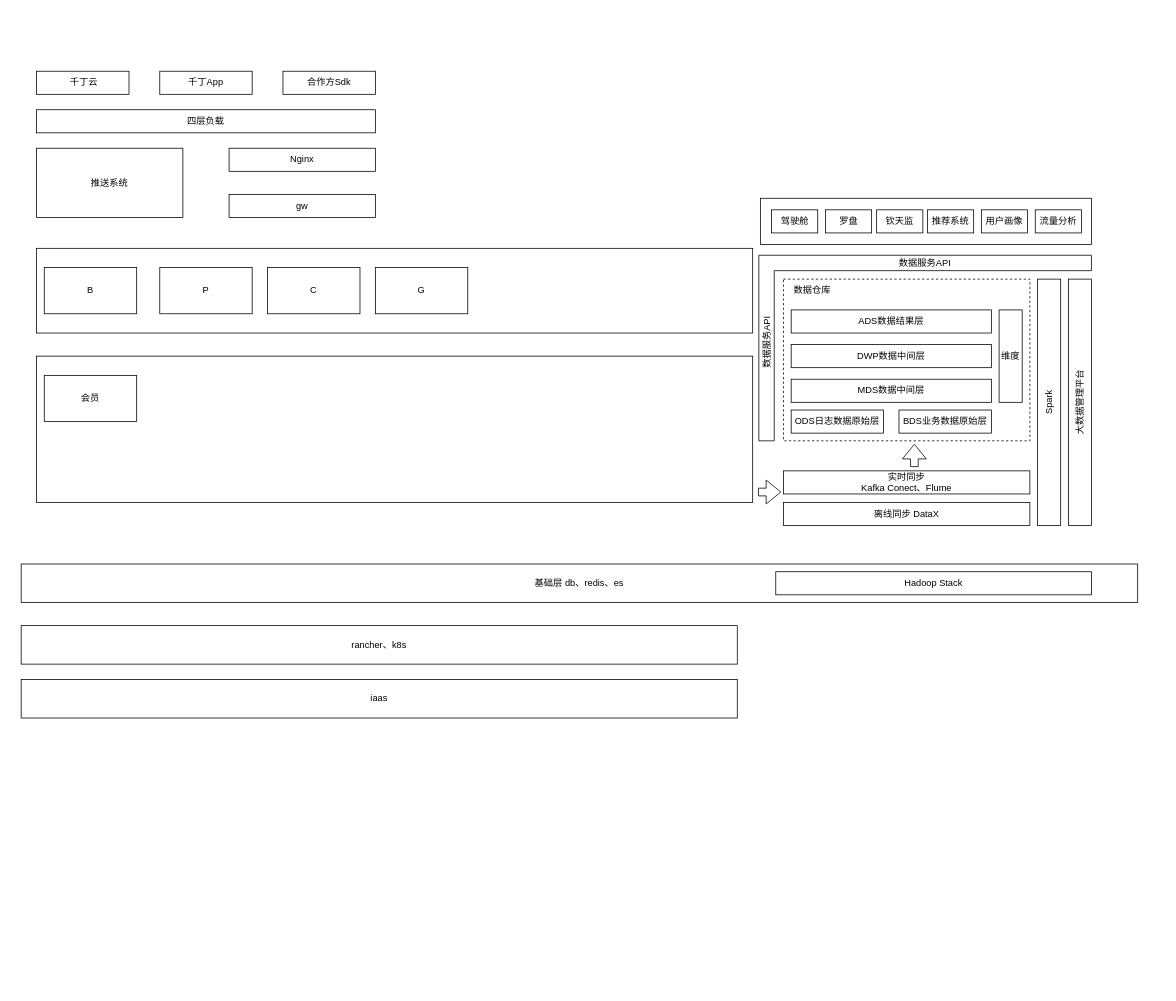
Earlier version of the draw.io diagram Untitled Diagram.drawio (polaris16/drawio). Source tidied: cells renumbered, new cells numbered last; positions are measured from the earlier drawing's top-left corner, leaving out a move shared by most shapes. Both pictures are drawn from the tidied source at 77%, with x=0, y=0 at pixel (21, 71).
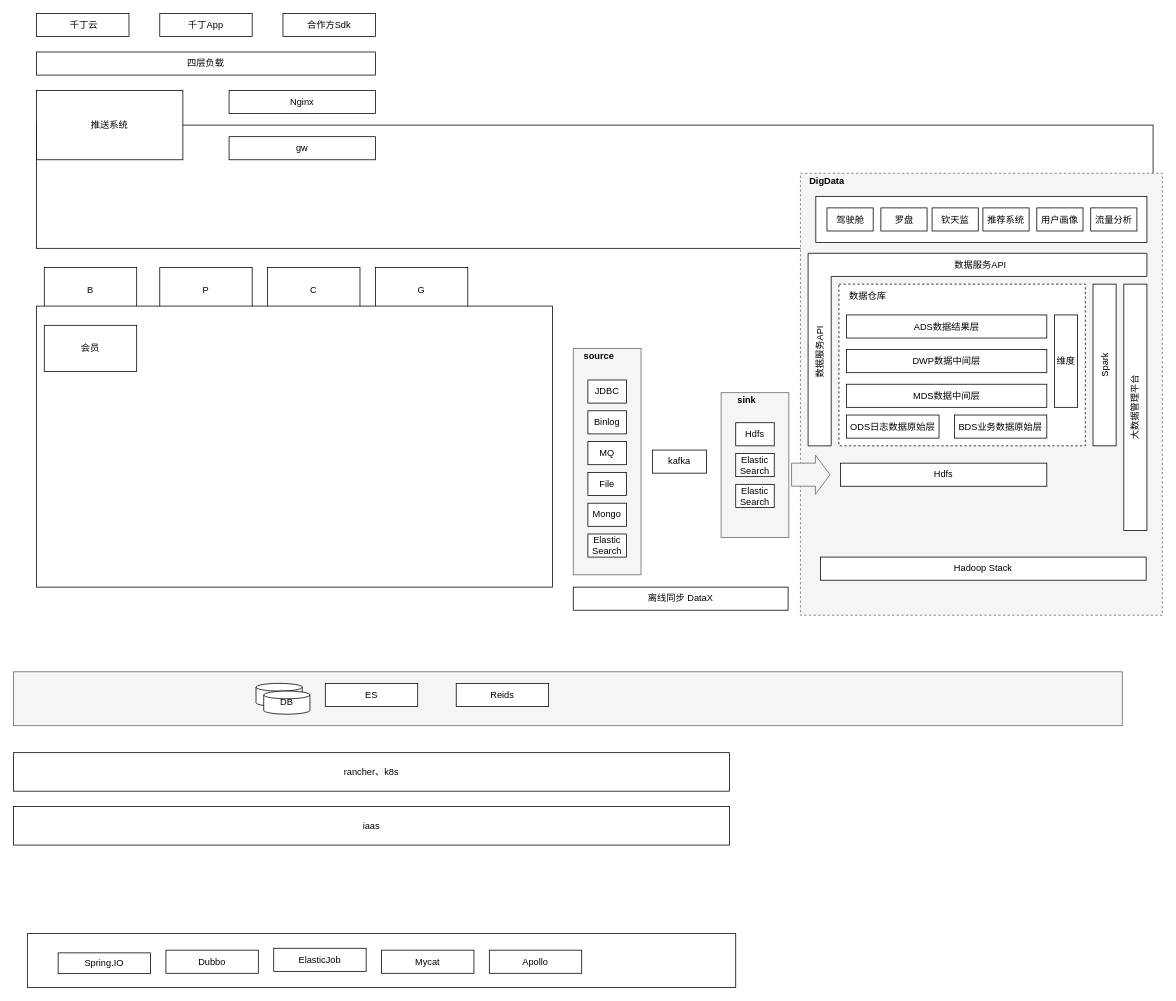
After the change.

Change to the diagram source:
```diff
@@
+    <mxCell id="44" style="rounded=0;whiteSpace=wrap;html=1;fillColor=#f5f5f5;strokeColor=#666666;fontColor=#333333;" parent="1" vertex="1">
+      <mxGeometry x="717" y="360" width="88" height="294" as="geometry" />
+    </mxCell>
+    <mxCell id="18" style="rounded=0;whiteSpace=wrap;html=1;fillColor=#f5f5f5;strokeColor=#666666;fontColor=#333333;" parent="1" vertex="1">
+      <mxGeometry x="-10" y="780" width="1440" height="70" as="geometry" />
+    </mxCell>
+    <mxCell id="9" style="rounded=0;whiteSpace=wrap;html=1;" parent="1" vertex="1">
+      <mxGeometry x="20" y="70" width="1450" height="160" as="geometry" />
+    </mxCell>
+    <mxCell id="45" style="rounded=0;whiteSpace=wrap;html=1;dashed=1;fillColor=#f5f5f5;strokeColor=#666666;fontColor=#333333;" parent="1" vertex="1">
+      <mxGeometry x="1012" y="132.5" width="470" height="574" as="geometry" />
+    </mxCell>
     <mxCell id="2" style="rounded=0;whiteSpace=wrap;html=1;dashed=1;" parent="1" vertex="1">
-      <mxGeometry x="990" y="270" width="320" height="210" as="geometry" />
+      <mxGeometry x="1062" y="276.5" width="320" height="210" as="geometry" />
     </mxCell>
     <mxCell id="3" value="&amp;nbsp;千丁云" style="rounded=0;whiteSpace=wrap;html=1;" parent="1" vertex="1">
-      <mxGeometry x="20" width="120" height="30" as="geometry" />
+      <mxGeometry x="20" y="-75" width="120" height="30" as="geometry" />
     </mxCell>
     <mxCell id="4" value="千丁App" style="rounded=0;whiteSpace=wrap;html=1;" parent="1" vertex="1">
-      <mxGeometry x="180" width="120" height="30" as="geometry" />
+      <mxGeometry x="180" y="-75" width="120" height="30" as="geometry" />
     </mxCell>
     <mxCell id="5" value="&lt;span style=&quot;font-weight: normal&quot;&gt;合作方Sdk&lt;/span&gt;" style="rounded=0;whiteSpace=wrap;html=1;fontStyle=1;" parent="1" vertex="1">
-      <mxGeometry x="340" width="120" height="30" as="geometry" />
+      <mxGeometry x="340" y="-75" width="120" height="30" as="geometry" />
     </mxCell>
     <mxCell id="6" value="四层负载" style="rounded=0;whiteSpace=wrap;html=1;" parent="1" vertex="1">
-      <mxGeometry x="20" y="50" width="440" height="30" as="geometry" />
+      <mxGeometry x="20" y="-25" width="440" height="30" as="geometry" />
     </mxCell>
     <mxCell id="7" value="Nginx" style="rounded=0;whiteSpace=wrap;html=1;" parent="1" vertex="1">
-      <mxGeometry x="270" y="100" width="190" height="30" as="geometry" />
+      <mxGeometry x="270" y="25" width="190" height="30" as="geometry" />
     </mxCell>
     <mxCell id="8" value="推送系统" style="rounded=0;whiteSpace=wrap;html=1;" parent="1" vertex="1">
-      <mxGeometry x="20" y="100" width="190" height="90" as="geometry" />
+      <mxGeometry x="20" y="25" width="190" height="90" as="geometry" />
     </mxCell>
-    <mxCell id="9" style="rounded=0;whiteSpace=wrap;html=1;" parent="1" vertex="1">
-      <mxGeometry x="20" y="230" width="930" height="110" as="geometry" />
-    </mxCell>
@@
     <mxCell id="14" style="rounded=0;whiteSpace=wrap;html=1;" parent="1" vertex="1">
-      <mxGeometry x="960" y="165" width="430" height="60" as="geometry" />
+      <mxGeometry x="1032" y="162.5" width="430" height="60" as="geometry" />
     </mxCell>
     <mxCell id="15" style="rounded=0;whiteSpace=wrap;html=1;" parent="1" vertex="1">
-      <mxGeometry x="20" y="370" width="930" height="190" as="geometry" />
+      <mxGeometry x="20" y="305" width="670" height="365" as="geometry" />
     </mxCell>
     <mxCell id="16" value="会员" style="rounded=0;whiteSpace=wrap;html=1;" parent="1" vertex="1">
-      <mxGeometry x="30" y="395" width="120" height="60" as="geometry" />
+      <mxGeometry x="30" y="330" width="120" height="60" as="geometry" />
     </mxCell>
     <mxCell id="17" value="gw" style="rounded=0;whiteSpace=wrap;html=1;" parent="1" vertex="1">
-      <mxGeometry x="270" y="160" width="190" height="30" as="geometry" />
+      <mxGeometry x="270" y="85" width="190" height="30" as="geometry" />
     </mxCell>
-    <mxCell id="18" value="基础层 db、redis、es" style="rounded=0;whiteSpace=wrap;html=1;" parent="1" vertex="1">
-      <mxGeometry y="640" width="1450" height="50" as="geometry" />
-    </mxCell>
     <mxCell id="19" value="rancher、k8s" style="rounded=0;whiteSpace=wrap;html=1;" parent="1" vertex="1">
-      <mxGeometry y="720" width="930" height="50" as="geometry" />
+      <mxGeometry x="-10" y="885" width="930" height="50" as="geometry" />
     </mxCell>
     <mxCell id="20" value="iaas" style="rounded=0;whiteSpace=wrap;html=1;" parent="1" vertex="1">
-      <mxGeometry y="790" width="930" height="50" as="geometry" />
+      <mxGeometry x="-10" y="955" width="930" height="50" as="geometry" />
     </mxCell>
     <mxCell id="21" value="离线同步 DataX" style="rounded=0;whiteSpace=wrap;html=1;flipH=1;" parent="1" vertex="1">
-      <mxGeometry x="990" y="560" width="320" height="30" as="geometry" />
+      <mxGeometry x="717" y="670" width="279" height="30" as="geometry" />
     </mxCell>
-    <mxCell id="22" value="实时同步&lt;br&gt;Kafka Conect、Flume&lt;br&gt;" style="rounded=0;whiteSpace=wrap;html=1;" parent="1" vertex="1">
-      <mxGeometry x="990" y="519" width="320" height="30" as="geometry" />
-    </mxCell>
     <mxCell id="23" value="ODS日志数据原始层" style="rounded=0;whiteSpace=wrap;html=1;" parent="1" vertex="1">
-      <mxGeometry x="1000" y="440" width="120" height="30" as="geometry" />
+      <mxGeometry x="1072" y="446.5" width="120" height="30" as="geometry" />
     </mxCell>
     <mxCell id="24" value="BDS业务数据原始层" style="rounded=0;whiteSpace=wrap;html=1;" parent="1" vertex="1">
-      <mxGeometry x="1140" y="440" width="120" height="30" as="geometry" />
+      <mxGeometry x="1212" y="446.5" width="120" height="30" as="geometry" />
     </mxCell>
     <mxCell id="25" value="MDS数据中间层" style="rounded=0;whiteSpace=wrap;html=1;" parent="1" vertex="1">
-      <mxGeometry x="1000" y="400" width="260" height="30" as="geometry" />
+      <mxGeometry x="1072" y="406.5" width="260" height="30" as="geometry" />
     </mxCell>
-    <mxCell id="26" style="shape=flexArrow;endArrow=classic;html=1;" parent="1" edge="1">
+    <mxCell id="26" style="shape=flexArrow;endArrow=classic;html=1;width=30;fillColor=#f5f5f5;strokeColor=#666666;" parent="1" edge="1">
       <mxGeometry relative="1" as="geometry">
-        <mxPoint x="957" y="546.5" as="sourcePoint" />
-        <mxPoint x="987" y="546.5" as="targetPoint" />
+        <mxPoint x="1000" y="524" as="sourcePoint" />
+        <mxPoint x="1051" y="524" as="targetPoint" />
       </mxGeometry>
     </mxCell>
     <mxCell id="27" value="DWP数据中间层" style="rounded=0;whiteSpace=wrap;html=1;" parent="1" vertex="1">
-      <mxGeometry x="1000" y="355" width="260" height="30" as="geometry" />
+      <mxGeometry x="1072" y="361.5" width="260" height="30" as="geometry" />
     </mxCell>
     <mxCell id="28" value="ADS数据结果层" style="rounded=0;whiteSpace=wrap;html=1;" parent="1" vertex="1">
-      <mxGeometry x="1000" y="310" width="260" height="30" as="geometry" />
+      <mxGeometry x="1072" y="316.5" width="260" height="30" as="geometry" />
     </mxCell>
     <mxCell id="29" value="大数据管理平台" style="rounded=0;whiteSpace=wrap;html=1;verticalAlign=middle;horizontal=0;flipH=1;flipV=1;" parent="1" vertex="1">
-      <mxGeometry x="1360" y="270" width="30" height="320" as="geometry" />
+      <mxGeometry x="1432" y="276.5" width="30" height="320" as="geometry" />
     </mxCell>
     <mxCell id="30" value="维度&lt;br&gt;" style="rounded=0;whiteSpace=wrap;html=1;" parent="1" vertex="1">
-      <mxGeometry x="1270" y="310" width="30" height="120" as="geometry" />
+      <mxGeometry x="1342" y="316.5" width="30" height="120" as="geometry" />
     </mxCell>
     <mxCell id="31" value="Spark" style="rounded=0;whiteSpace=wrap;html=1;horizontal=0;verticalAlign=middle;flipH=1;flipV=1;" parent="1" vertex="1">
-      <mxGeometry x="1320" y="270" width="30" height="320" as="geometry" />
+      <mxGeometry x="1392" y="276.5" width="30" height="210" as="geometry" />
     </mxCell>
     <mxCell id="32" value="数据仓库" style="text;html=1;strokeColor=none;fillColor=none;align=center;verticalAlign=middle;whiteSpace=wrap;rounded=0;dashed=1;" parent="1" vertex="1">
-      <mxGeometry x="990" y="275" width="75" height="20" as="geometry" />
+      <mxGeometry x="1062" y="281.5" width="75" height="20" as="geometry" />
     </mxCell>
     <mxCell id="33" value="Hadoop Stack" style="rounded=0;whiteSpace=wrap;html=1;" parent="1" vertex="1">
-      <mxGeometry x="980" y="650" width="410" height="30" as="geometry" />
+      <mxGeometry x="1038" y="631" width="423" height="30" as="geometry" />
     </mxCell>
-    <mxCell id="34" style="shape=flexArrow;endArrow=classic;html=1;" parent="1" edge="1">
-      <mxGeometry relative="1" as="geometry">
-        <mxPoint x="1160" y="514" as="sourcePoint" />
-        <mxPoint x="1160" y="484" as="targetPoint" />
-      </mxGeometry>
-    </mxCell>
     <mxCell id="35" value="推荐系统" style="rounded=0;whiteSpace=wrap;html=1;" parent="1" vertex="1">
-      <mxGeometry x="1177" y="180" width="60" height="30" as="geometry" />
+      <mxGeometry x="1249" y="177.5" width="60" height="30" as="geometry" />
     </mxCell>
     <mxCell id="36" value="用户画像" style="rounded=0;whiteSpace=wrap;html=1;" parent="1" vertex="1">
-      <mxGeometry x="1247" y="180" width="60" height="30" as="geometry" />
+      <mxGeometry x="1319" y="177.5" width="60" height="30" as="geometry" />
     </mxCell>
     <mxCell id="37" value="流量分析" style="rounded=0;whiteSpace=wrap;html=1;" parent="1" vertex="1">
-      <mxGeometry x="1317" y="180" width="60" height="30" as="geometry" />
+      <mxGeometry x="1389" y="177.5" width="60" height="30" as="geometry" />
     </mxCell>
     <mxCell id="38" value="驾驶舱" style="rounded=0;whiteSpace=wrap;html=1;" parent="1" vertex="1">
-      <mxGeometry x="974.5" y="180" width="60" height="30" as="geometry" />
+      <mxGeometry x="1046.5" y="177.5" width="60" height="30" as="geometry" />
     </mxCell>
     <mxCell id="39" value="罗盘" style="rounded=0;whiteSpace=wrap;html=1;" parent="1" vertex="1">
-      <mxGeometry x="1044.5" y="180" width="60" height="30" as="geometry" />
+      <mxGeometry x="1116.5" y="177.5" width="60" height="30" as="geometry" />
     </mxCell>
     <mxCell id="40" value="钦天监" style="rounded=0;whiteSpace=wrap;html=1;" parent="1" vertex="1">
-      <mxGeometry x="1111" y="180" width="60" height="30" as="geometry" />
+      <mxGeometry x="1183" y="177.5" width="60" height="30" as="geometry" />
     </mxCell>
-    <mxCell id="41" style="shape=corner;whiteSpace=wrap;html=1;" parent="1" vertex="1">
-      <mxGeometry x="958" y="239" width="432" height="241" as="geometry" />
+    <mxCell id="41" style="shape=corner;whiteSpace=wrap;html=1;dx=30;dy=30;" parent="1" vertex="1">
+      <mxGeometry x="1022" y="236.5" width="440" height="250" as="geometry" />
     </mxCell>
     <mxCell id="42" value="数据服务API" style="text;html=1;strokeColor=none;fillColor=none;align=center;verticalAlign=middle;whiteSpace=wrap;rounded=0;" parent="1" vertex="1">
-      <mxGeometry x="1124" y="239" width="100" height="20" as="geometry" />
+      <mxGeometry x="1196" y="241.5" width="100" height="20" as="geometry" />
     </mxCell>
     <mxCell id="43" value="数据服务API" style="text;html=1;strokeColor=none;fillColor=none;align=center;verticalAlign=middle;whiteSpace=wrap;rounded=0;horizontal=1;rotation=-90;" parent="1" vertex="1">
-      <mxGeometry x="871" y="342" width="195" height="20" as="geometry" />
+      <mxGeometry x="940" y="354.5" width="195" height="20" as="geometry" />
     </mxCell>
+    <mxCell id="46" value="&lt;b&gt;DigData&lt;/b&gt;" style="text;html=1;strokeColor=none;fillColor=none;align=center;verticalAlign=middle;whiteSpace=wrap;rounded=0;dashed=1;" parent="1" vertex="1">
+      <mxGeometry x="1012" y="132.5" width="69" height="20" as="geometry" />
+    </mxCell>
+    <mxCell id="47" style="strokeWidth=1;html=1;shape=mxgraph.flowchart.database;whiteSpace=wrap;" parent="1" vertex="1">
+      <mxGeometry x="305" y="795" width="60" height="30" as="geometry" />
+    </mxCell>
+    <mxCell id="48" value="DB" style="strokeWidth=1;html=1;shape=mxgraph.flowchart.database;whiteSpace=wrap;" parent="1" vertex="1">
+      <mxGeometry x="315" y="805" width="60" height="30" as="geometry" />
+    </mxCell>
+    <mxCell id="49" value="ES" style="rounded=0;whiteSpace=wrap;html=1;strokeWidth=1;" parent="1" vertex="1">
+      <mxGeometry x="395" y="795" width="120" height="30" as="geometry" />
+    </mxCell>
+    <mxCell id="50" value="Reids" style="rounded=0;whiteSpace=wrap;html=1;strokeWidth=1;" parent="1" vertex="1">
+      <mxGeometry x="565" y="795" width="120" height="30" as="geometry" />
+    </mxCell>
+    <mxCell id="51" style="rounded=0;whiteSpace=wrap;html=1;" parent="1" vertex="1">
+      <mxGeometry x="8" y="1120" width="920" height="70" as="geometry" />
+    </mxCell>
+    <mxCell id="52" value="Spring.IO" style="rounded=0;whiteSpace=wrap;html=1;strokeWidth=1;" parent="1" vertex="1">
+      <mxGeometry x="48" y="1145" width="120" height="27" as="geometry" />
+    </mxCell>
+    <mxCell id="53" value="Dubbo" style="rounded=0;whiteSpace=wrap;html=1;strokeWidth=1;" parent="1" vertex="1">
+      <mxGeometry x="188" y="1141.5" width="120" height="30" as="geometry" />
+    </mxCell>
+    <mxCell id="54" value="ElasticJob" style="rounded=0;whiteSpace=wrap;html=1;strokeWidth=1;" parent="1" vertex="1">
+      <mxGeometry x="328" y="1139" width="120" height="30" as="geometry" />
+    </mxCell>
+    <mxCell id="55" value="Mycat" style="rounded=0;whiteSpace=wrap;html=1;strokeWidth=1;" parent="1" vertex="1">
+      <mxGeometry x="468" y="1141.5" width="120" height="30" as="geometry" />
+    </mxCell>
+    <mxCell id="56" value="Apollo" style="rounded=0;whiteSpace=wrap;html=1;strokeWidth=1;" parent="1" vertex="1">
+      <mxGeometry x="608" y="1141.5" width="120" height="30" as="geometry" />
+    </mxCell>
+    <mxCell id="57" value="kafka" style="rounded=0;whiteSpace=wrap;html=1;" parent="1" vertex="1">
+      <mxGeometry x="820" y="492" width="70" height="30" as="geometry" />
+    </mxCell>
+    <mxCell id="58" value="JDBC" style="rounded=0;whiteSpace=wrap;html=1;flipV=1;" parent="1" vertex="1">
+      <mxGeometry x="736" y="401" width="50" height="30" as="geometry" />
+    </mxCell>
+    <mxCell id="59" value="Binlog" style="rounded=0;whiteSpace=wrap;html=1;flipV=1;" parent="1" vertex="1">
+      <mxGeometry x="736" y="441" width="50" height="30" as="geometry" />
+    </mxCell>
+    <mxCell id="60" value="MQ" style="rounded=0;whiteSpace=wrap;html=1;flipV=1;" parent="1" vertex="1">
+      <mxGeometry x="736" y="481" width="50" height="30" as="geometry" />
+    </mxCell>
+    <mxCell id="61" value="File" style="rounded=0;whiteSpace=wrap;html=1;flipV=1;" parent="1" vertex="1">
+      <mxGeometry x="736" y="521" width="50" height="30" as="geometry" />
+    </mxCell>
+    <mxCell id="62" value="Mongo" style="rounded=0;whiteSpace=wrap;html=1;flipV=1;" parent="1" vertex="1">
+      <mxGeometry x="736" y="561" width="50" height="30" as="geometry" />
+    </mxCell>
+    <mxCell id="63" value="Elastic&lt;br&gt;Search&lt;br&gt;" style="rounded=0;whiteSpace=wrap;html=1;flipV=1;" parent="1" vertex="1">
+      <mxGeometry x="736" y="601" width="50" height="30" as="geometry" />
+    </mxCell>
+    <mxCell id="64" value="&lt;b&gt;source&lt;/b&gt;" style="text;html=1;strokeColor=none;fillColor=none;align=center;verticalAlign=middle;whiteSpace=wrap;rounded=0;dashed=1;" parent="1" vertex="1">
+      <mxGeometry x="716" y="360" width="69" height="20" as="geometry" />
+    </mxCell>
+    <mxCell id="65" style="rounded=0;whiteSpace=wrap;html=1;fillColor=#f5f5f5;strokeColor=#666666;fontColor=#333333;" parent="1" vertex="1">
+      <mxGeometry x="909" y="417.5" width="88" height="188" as="geometry" />
+    </mxCell>
+    <mxCell id="66" value="Hdfs" style="rounded=0;whiteSpace=wrap;html=1;" parent="1" vertex="1">
+      <mxGeometry x="928" y="456.5" width="50" height="30" as="geometry" />
+    </mxCell>
+    <mxCell id="67" value="Elastic&lt;br&gt;Search" style="rounded=0;whiteSpace=wrap;html=1;" parent="1" vertex="1">
+      <mxGeometry x="928" y="496.5" width="50" height="30" as="geometry" />
+    </mxCell>
+    <mxCell id="68" value="&lt;b&gt;sink&lt;/b&gt;" style="text;html=1;strokeColor=none;fillColor=none;align=center;verticalAlign=middle;whiteSpace=wrap;rounded=0;dashed=1;" parent="1" vertex="1">
+      <mxGeometry x="908" y="417" width="69" height="20" as="geometry" />
+    </mxCell>
+    <mxCell id="69" value="Hdfs" style="rounded=0;whiteSpace=wrap;html=1;" parent="1" vertex="1">
+      <mxGeometry x="1064" y="509" width="268" height="30" as="geometry" />
+    </mxCell>
+    <mxCell id="70" value="Elastic&lt;br&gt;Search" style="rounded=0;whiteSpace=wrap;html=1;" parent="1" vertex="1">
+      <mxGeometry x="928" y="536.5" width="50" height="30" as="geometry" />
+    </mxCell>
```
